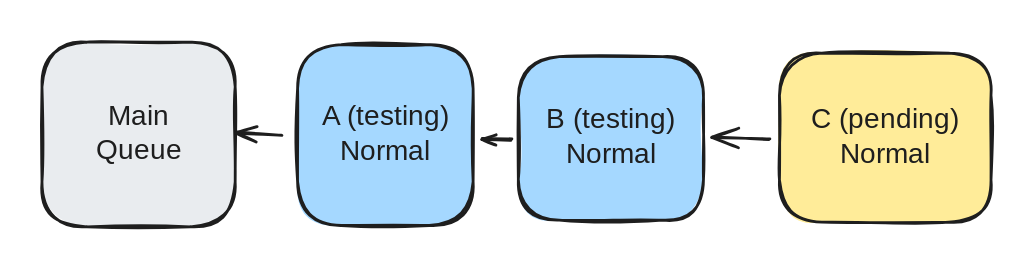
trunk-io/docs keeps this Excalidraw diagram as .gitbook/assets/file.excalidraw.svg. Above is the earlier version. Source tidied: one line per element, renumbered; positions are measured from the earlier drawing's top-left corner, leaving out a move shared by most shapes.
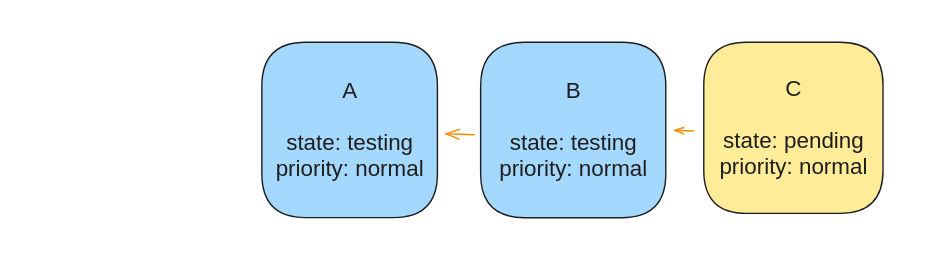
After the commit.

Diff of the diagram source:
```diff
@@ -1,11 +1,9 @@
-{"id": 0, "type": "rectangle", "strokeColor": "#1e1e1e", "backgroundColor": "#e9ecef", "fillStyle": "solid", "strokeWidth": 2, "roughness": 1, "round": true, "x": 0, "y": 0, "width": 138, "height": 132}
-{"id": 1, "type": "text", "text": "Main\nQueue", "strokeColor": "#1e1e1e", "strokeWidth": 2, "roughness": 1, "fontSize": 20, "fontFamily": 1, "textAlign": "center", "verticalAlign": "middle", "inside": 0, "x": 40, "y": 41, "width": 59, "height": 50}
-{"id": 2, "type": "rectangle", "strokeColor": "#1e1e1e", "backgroundColor": "#a5d8ff", "fillStyle": "solid", "strokeWidth": 2, "roughness": 1, "round": true, "x": 183, "y": 2, "width": 125, "height": 129}
+{"id": 2, "type": "rectangle", "strokeColor": "#1e1e1e", "backgroundColor": "#a5d8ff", "fillStyle": "solid", "strokeWidth": 1, "roughness": 0, "round": true, "x": 184, "y": -12, "width": 125, "height": 125}
-{"id": 3, "type": "text", "text": "A (testing)\nNormal", "strokeColor": "#1e1e1e", "strokeWidth": 2, "roughness": 1, "fontSize": 20, "fontFamily": 1, "textAlign": "center", "verticalAlign": "middle", "inside": 2, "x": 192, "y": 41, "width": 106, "height": 50}
+{"id": 3, "type": "text", "text": "A\n\nstate: testing\npriority: normal", "strokeColor": "#1e1e1e", "strokeWidth": 2, "roughness": 1, "fontSize": 16, "fontFamily": 2, "textAlign": "center", "verticalAlign": "middle", "inside": 2, "x": 194, "y": 14, "width": 106, "height": 74}
-{"id": 4, "type": "arrow", "strokeColor": "#1e1e1e", "strokeWidth": 2, "roughness": 1, "endArrowhead": "arrow", "round": true, "from": 2, "to": 0, "x": 171, "y": 66, "width": 32, "height": 2, "points": [[0, 0], [-32, -2]]}
-{"id": 5, "type": "rectangle", "strokeColor": "#1e1e1e", "backgroundColor": "#a5d8ff", "fillStyle": "solid", "strokeWidth": 2, "roughness": 1, "round": true, "x": 340, "y": 10, "width": 132, "height": 117}
+{"id": 5, "type": "rectangle", "strokeColor": "#1e1e1e", "backgroundColor": "#a5d8ff", "fillStyle": "solid", "strokeWidth": 1, "roughness": 0, "round": true, "x": 340, "y": -12, "width": 132, "height": 125}
-{"id": 6, "type": "text", "text": "\nB (testing)\nNormal\n", "strokeColor": "#1e1e1e", "strokeWidth": 2, "roughness": 1, "fontSize": 20, "fontFamily": 1, "textAlign": "center", "verticalAlign": "middle", "inside": 5, "x": 353, "y": 19, "width": 108, "height": 100}
+{"id": 6, "type": "text", "text": "B\n\nstate: testing\npriority: normal", "strokeColor": "#1e1e1e", "strokeWidth": 2, "roughness": 1, "fontSize": 16, "fontFamily": 2, "textAlign": "center", "verticalAlign": "middle", "inside": 5, "x": 353, "y": 14, "width": 106, "height": 74}
-{"id": 7, "type": "arrow", "strokeColor": "#1e1e1e", "strokeWidth": 2, "roughness": 1, "endArrowhead": "arrow", "round": true, "from": 5, "to": 2, "x": 336, "y": 69, "width": 22, "height": 1, "points": [[0, 0], [-22, -1]]}
+{"id": 7, "type": "arrow", "strokeColor": "#f08c00", "strokeWidth": 1, "roughness": 0, "endArrowhead": "arrow", "round": true, "from": 5, "to": 2, "x": 335, "y": 54, "width": 20, "height": 1, "points": [[0, 0], [-20, -1]]}
-{"id": 8, "type": "rectangle", "strokeColor": "#1e1e1e", "backgroundColor": "#ffec99", "fillStyle": "solid", "strokeWidth": 2, "roughness": 1, "round": true, "x": 527, "y": 8, "width": 151, "height": 121}
+{"id": 8, "type": "rectangle", "strokeColor": "#1e1e1e", "backgroundColor": "#ffec99", "fillStyle": "solid", "strokeWidth": 1, "roughness": 0, "round": true, "x": 499, "y": -12, "width": 128, "height": 122}
-{"id": 9, "type": "text", "text": "C (pending)\nNormal", "strokeColor": "#1e1e1e", "strokeWidth": 2, "roughness": 1, "fontSize": 20, "fontFamily": 1, "textAlign": "center", "verticalAlign": "middle", "inside": 8, "x": 551, "y": 43, "width": 103, "height": 50}
+{"id": 9, "type": "text", "text": "C\n\nstate: pending\npriority: normal", "strokeColor": "#1e1e1e", "strokeWidth": 2, "roughness": 1, "fontSize": 16, "fontFamily": 2, "textAlign": "center", "verticalAlign": "middle", "inside": 8, "x": 511, "y": 13, "width": 106, "height": 74}
-{"id": 10, "type": "arrow", "strokeColor": "#1e1e1e", "strokeWidth": 2, "roughness": 1, "endArrowhead": "arrow", "round": true, "from": 8, "to": 5, "x": 520, "y": 70, "width": 41, "height": 2, "points": [[0, 0], [-41, -2]]}
+{"id": 10, "type": "arrow", "strokeColor": "#f08c00", "strokeWidth": 1, "roughness": 0, "endArrowhead": "arrow", "round": true, "from": 8, "to": 5, "x": 492, "y": 52, "width": 13, "height": 0, "points": [[0, 0], [-13, 0]]}
+{"id": 11, "type": "rectangle", "strokeColor": "transparent", "strokeWidth": 1, "roughness": 0, "round": true, "x": 27, "y": -7, "width": 127, "height": 120}
```
